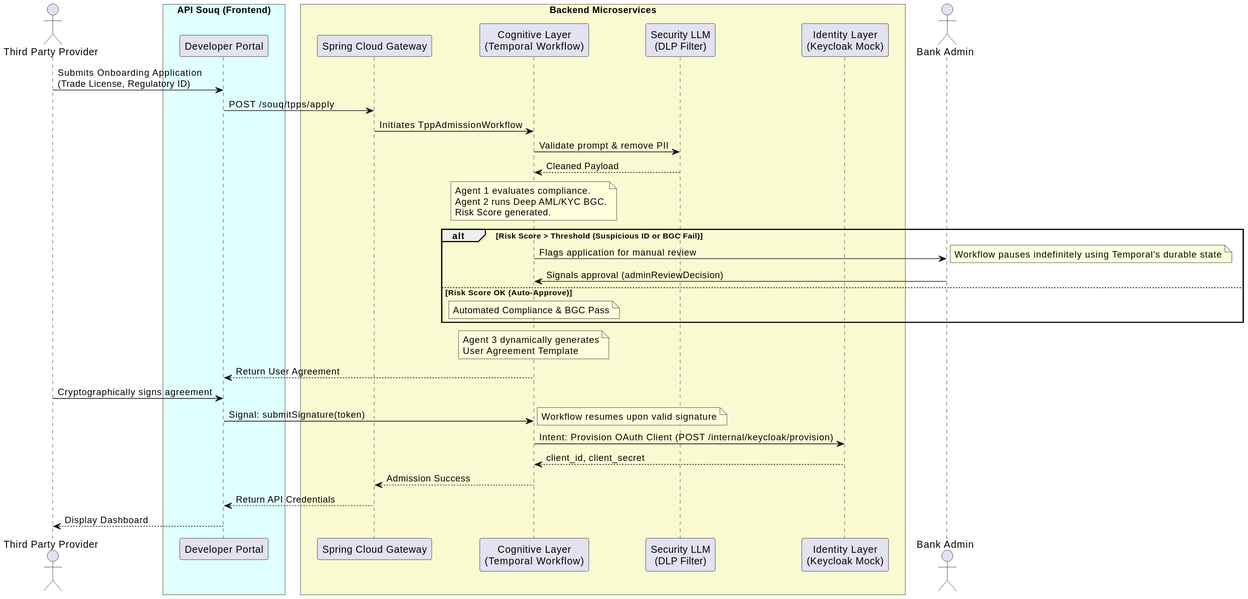
The PlantUML diagram docs/diagrams/TPP_Admission_Sequence.svg in COPUR/OPF-Agentive-Platform, before a commit. The source it was exported from:
```plantuml
@startuml
skinparam ParticipantPadding 20
skinparam BoxPadding 10

actor "Third Party Provider" as TPP
box "API Souq (Frontend)" #LightCyan
participant "Developer Portal" as Portal
end box

box "Backend Microservices" #LightGoldenRodYellow
participant "Spring Cloud Gateway" as Gateway
participant "Cognitive Layer\n(Temporal Workflow)" as Brain
participant "Security LLM\n(DLP Filter)" as SecLLM
participant "Identity Layer\n(Keycloak Mock)" as Keycloak
end box

actor "Bank Admin" as Admin

TPP -> Portal : Submits Onboarding Application\n(Trade License, Regulatory ID)
Portal -> Gateway : POST /souq/tpps/apply
Gateway -> Brain : Initiates TppAdmissionWorkflow

Brain -> SecLLM : Validate prompt & remove PII
SecLLM --> Brain : Cleaned Payload

note over Brain : Agent 1 evaluates compliance.\nAgent 2 runs Deep AML/KYC BGC.\nRisk Score generated.

alt Risk Score > Threshold (Suspicious ID or BGC Fail)
    Brain -> Admin : Flags application for manual review
    note right : Workflow pauses indefinitely using Temporal's durable state
    Admin -> Brain : Signals approval (adminReviewDecision)
else Risk Score OK (Auto-Approve)
    note over Brain : Automated Compliance & BGC Pass
end

note over Brain : Agent 3 dynamically generates\nUser Agreement Template
Brain --> Portal : Return User Agreement
TPP -> Portal : Cryptographically signs agreement
Portal -> Brain : Signal: submitSignature(token)
note right : Workflow resumes upon valid signature

Brain -> Keycloak : Intent: Provision OAuth Client (POST /internal/keycloak/provision)
Keycloak --> Brain : client_id, client_secret
Brain --> Gateway : Admission Success
Gateway --> Portal : Return API Credentials
Portal --> TPP : Display Dashboard
@enduml
```
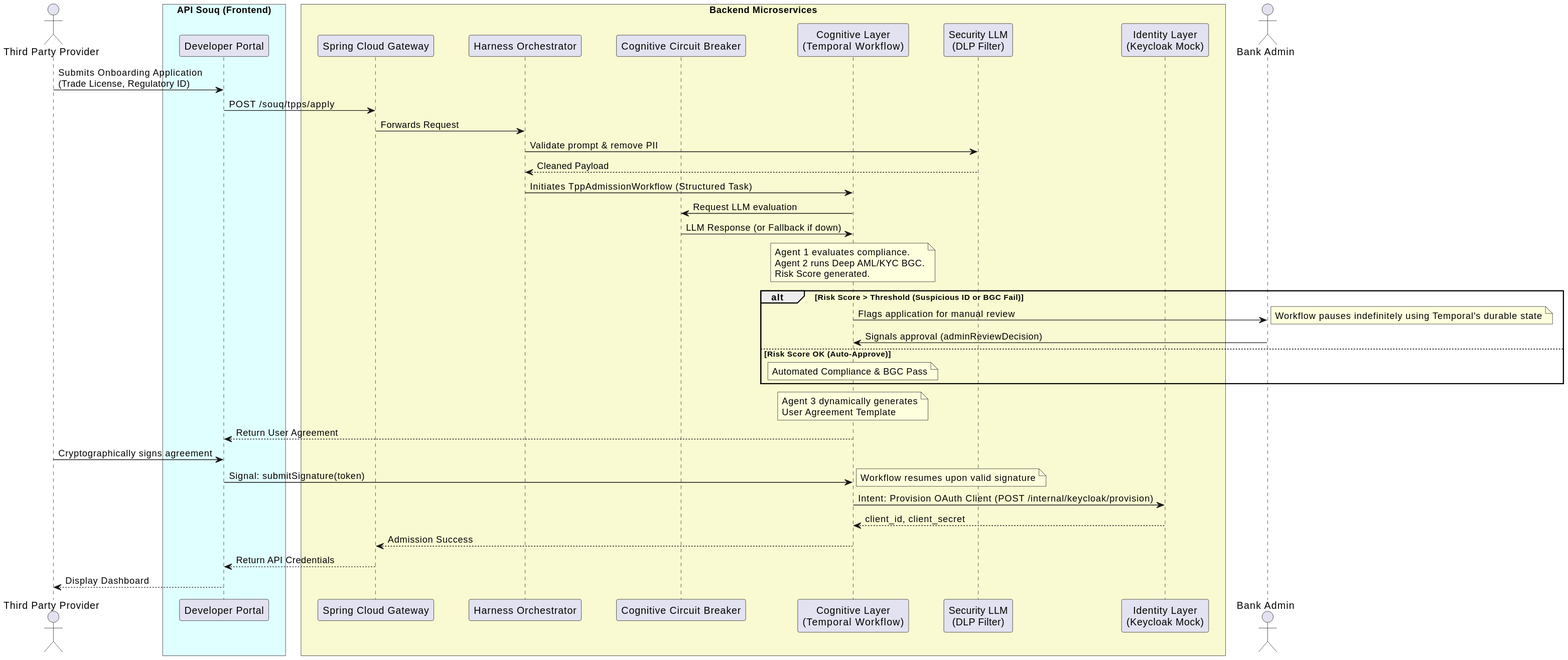
After the commit.

What changed in the source:
```diff
@@ -9,6 +9,8 @@
 
 box "Backend Microservices" #LightGoldenRodYellow
 participant "Spring Cloud Gateway" as Gateway
+participant "Harness Orchestrator" as Harness
+participant "Cognitive Circuit Breaker" as CB
 participant "Cognitive Layer\n(Temporal Workflow)" as Brain
 participant "Security LLM\n(DLP Filter)" as SecLLM
 participant "Identity Layer\n(Keycloak Mock)" as Keycloak
@@ -18,10 +20,13 @@
 
 TPP -> Portal : Submits Onboarding Application\n(Trade License, Regulatory ID)
 Portal -> Gateway : POST /souq/tpps/apply
-Gateway -> Brain : Initiates TppAdmissionWorkflow
+Gateway -> Harness : Forwards Request
+Harness -> SecLLM : Validate prompt & remove PII
+SecLLM --> Harness : Cleaned Payload
+Harness -> Brain : Initiates TppAdmissionWorkflow (Structured Task)
 
-Brain -> SecLLM : Validate prompt & remove PII
-SecLLM --> Brain : Cleaned Payload
+Brain -> CB : Request LLM evaluation
+CB -> Brain : LLM Response (or Fallback if down)
 
 note over Brain : Agent 1 evaluates compliance.\nAgent 2 runs Deep AML/KYC BGC.\nRisk Score generated.
 
```
